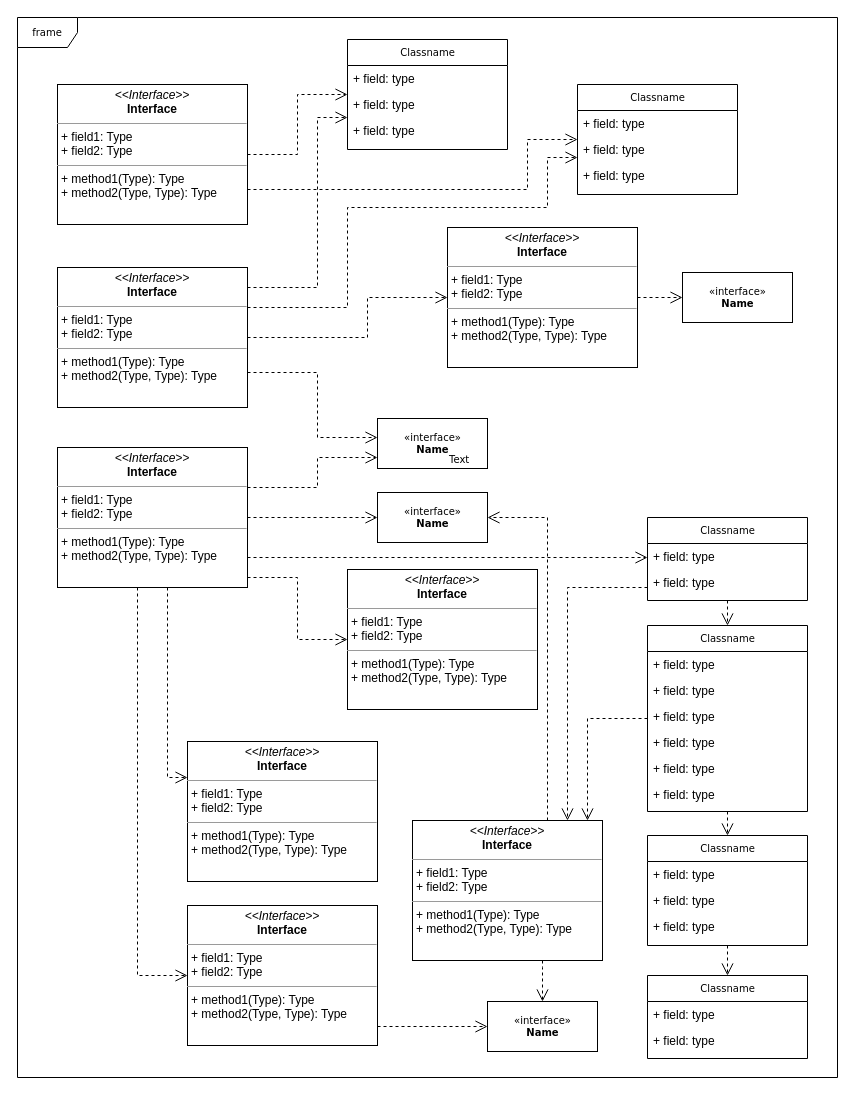
Before: 优钱/架构图.drawio in atcogit/diagrams, a draw.io diagram. Source tidied: cells renumbered, new cells numbered last; positions are measured from the earlier drawing's top-left corner, leaving out a move shared by most shapes. Both pictures are drawn from the tidied source at 100%, with x=0, y=0 at pixel (17, 17).
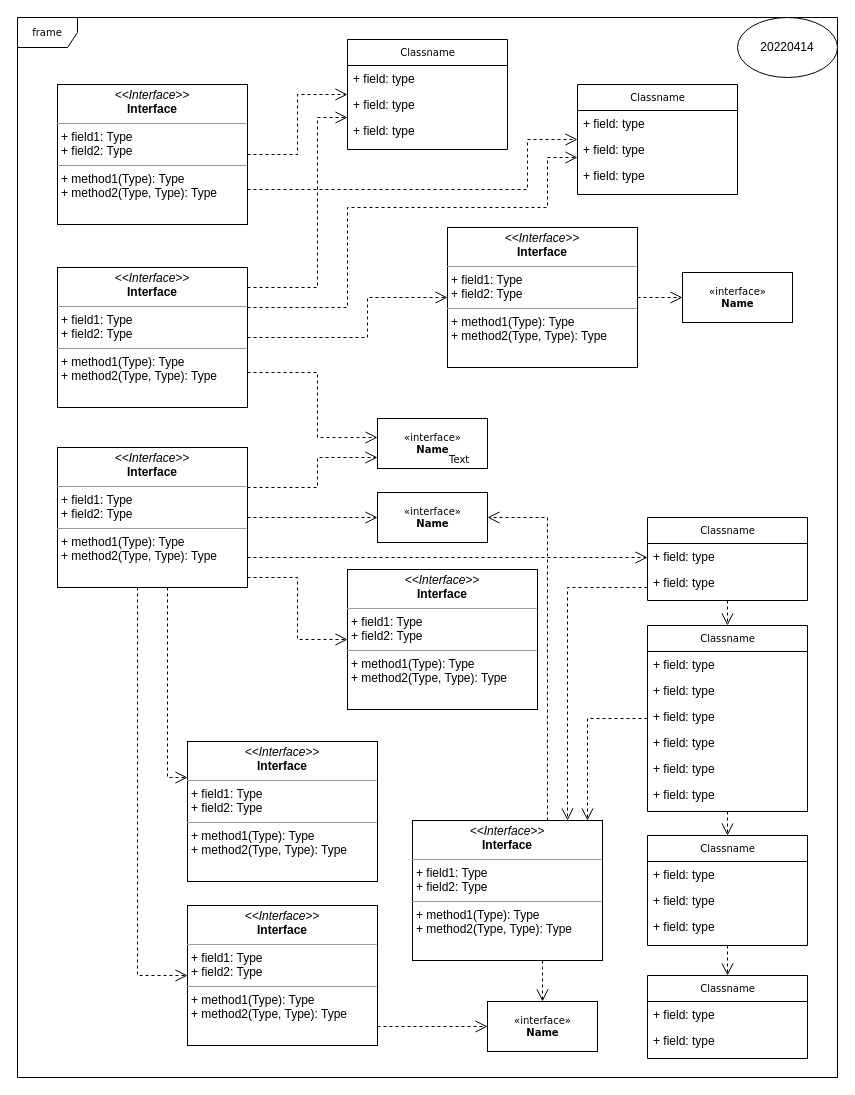
Above is the later version.

Change to the diagram source:
```diff
@@
+    <mxCell id="62" value="20220414" style="ellipse;whiteSpace=wrap;html=1;" parent="1" vertex="1">
+      <mxGeometry x="720" width="100" height="60" as="geometry" />
+    </mxCell>
```
